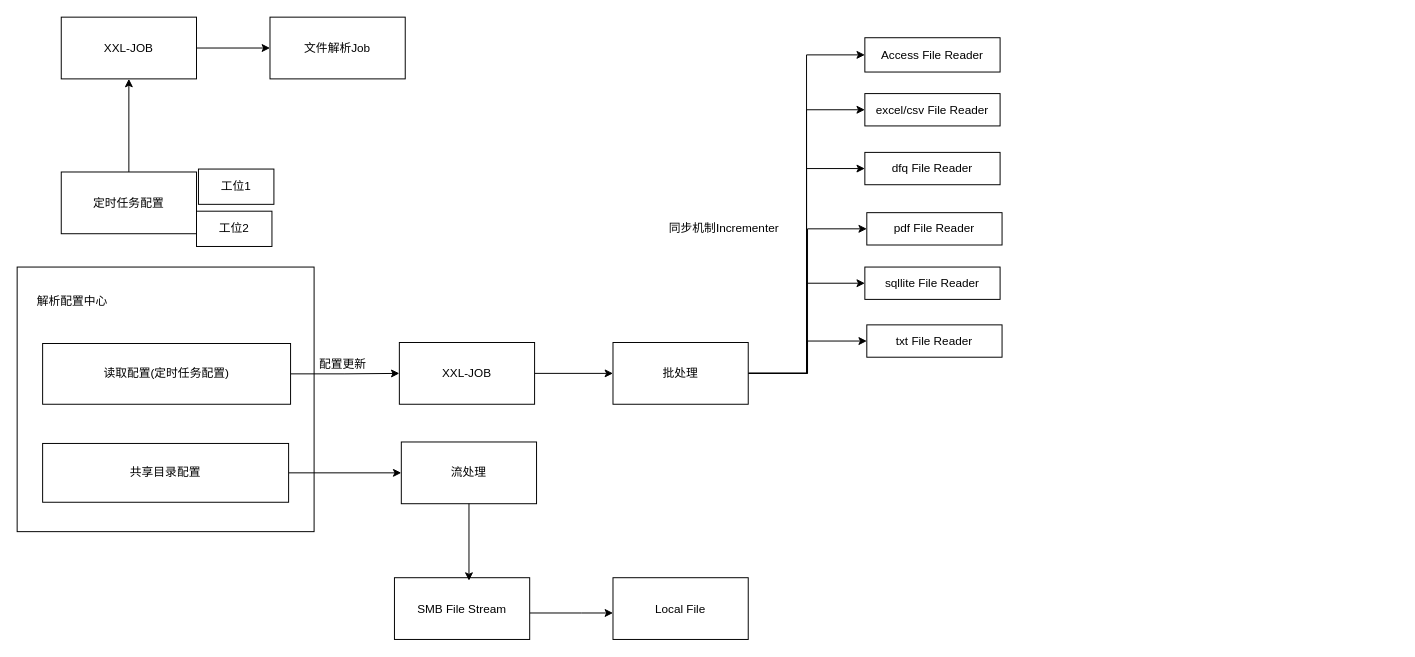
This is 文件解析.drawio from liangleiA/MyRepository, a draw.io file, before an edit. Source tidied: cells renumbered, new cells numbered last; positions are measured from the earlier drawing's top-left corner, leaving out a move shared by most shapes. Both pictures are drawn from the tidied source at 98%, with x=0, y=0 at pixel (17, 17).
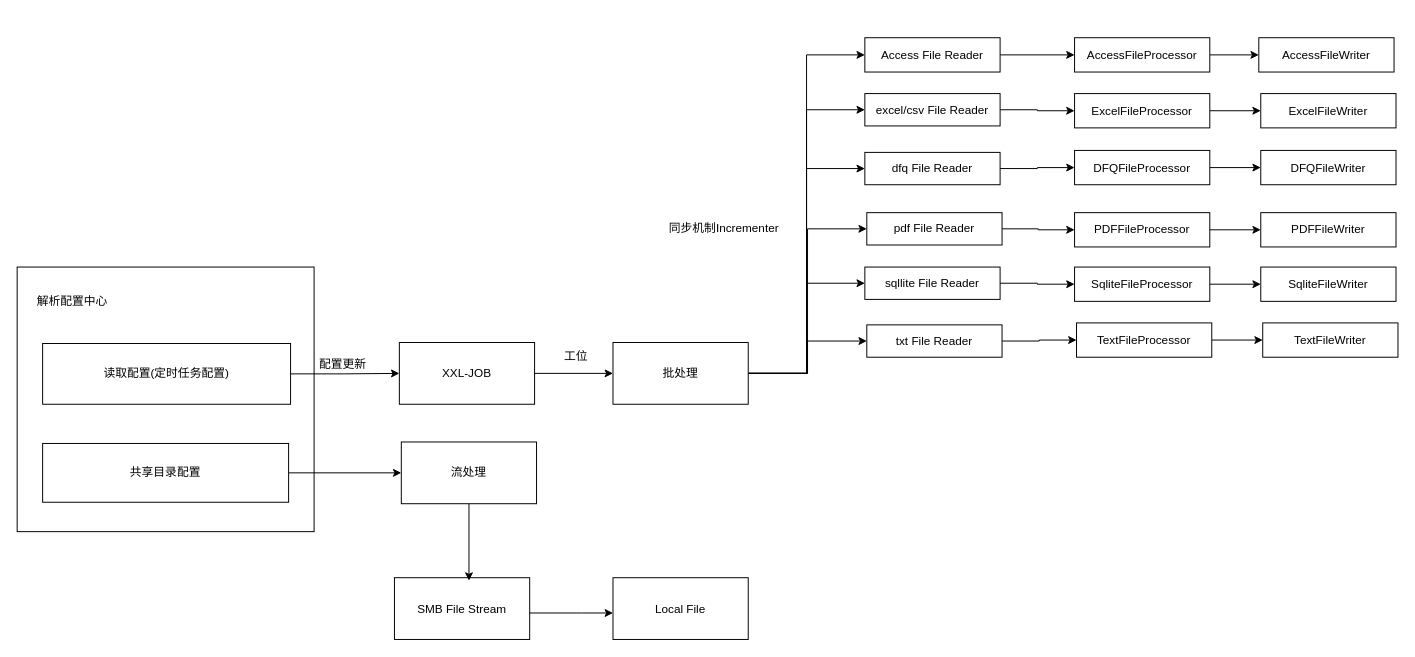
The same diagram, later.

Commit message (it also covers changes not shown here):
更新文件解析.drawio

The change refers to these unchanged cells:
```xml
<mxCell id="29" value="Access File Reader" style="rounded=0;whiteSpace=wrap;html=1;" parent="1" vertex="1">
  <mxGeometry x="865" y="21" width="138" height="35" as="geometry" />
</mxCell>
<mxCell id="31" value="excel/csv File Reader" style="rounded=0;whiteSpace=wrap;html=1;" parent="1" vertex="1">
  <mxGeometry x="865" y="78" width="138" height="33" as="geometry" />
</mxCell>
<mxCell id="32" value="dfq File Reader" style="rounded=0;whiteSpace=wrap;html=1;" parent="1" vertex="1">
  <mxGeometry x="865" y="138" width="138" height="33" as="geometry" />
</mxCell>
<mxCell id="33" value="pdf File Reader" style="rounded=0;whiteSpace=wrap;html=1;" parent="1" vertex="1">
  <mxGeometry x="867" y="199.5" width="138" height="33" as="geometry" />
</mxCell>
<mxCell id="34" value="sqllite File Reader" style="rounded=0;whiteSpace=wrap;html=1;" parent="1" vertex="1">
  <mxGeometry x="865" y="255" width="138" height="33" as="geometry" />
</mxCell>
<mxCell id="35" value="txt File Reader" style="rounded=0;whiteSpace=wrap;html=1;" parent="1" vertex="1">
  <mxGeometry x="867" y="314" width="138" height="33" as="geometry" />
</mxCell>
```

What changed in the source:
```diff
@@
-    <mxCell id="2" style="edgeStyle=orthogonalEdgeStyle;rounded=0;jettySize=auto;html=1;entryX=0.5;entryY=1;entryDx=0;entryDy=0;" parent="1" edge="1" source="3" target="6">
-      <mxGeometry relative="1" as="geometry" />
-    </mxCell>
-    <mxCell id="3" value="定时任务配置" style="rounded=0;whiteSpace=wrap;html=1;" parent="1" vertex="1">
-      <mxGeometry x="45" y="158" width="138" height="63" as="geometry" />
-    </mxCell>
-    <mxCell id="4" value="文件解析Job" style="rounded=0;whiteSpace=wrap;html=1;" parent="1" vertex="1">
-      <mxGeometry x="258" width="138" height="63" as="geometry" />
-    </mxCell>
-    <mxCell id="5" style="edgeStyle=orthogonalEdgeStyle;rounded=0;jettySize=auto;html=1;" parent="1" edge="1" source="6" target="4">
-      <mxGeometry relative="1" as="geometry" />
-    </mxCell>
-    <mxCell id="6" value="XXL-JOB" style="rounded=0;whiteSpace=wrap;html=1;" parent="1" vertex="1">
-      <mxGeometry x="45" width="138" height="63" as="geometry" />
-    </mxCell>
@@
-    <mxCell id="9" value="工位1" style="rounded=0;whiteSpace=wrap;html=1;" parent="1" vertex="1">
-      <mxGeometry x="185" y="155" width="77" height="36" as="geometry" />
-    </mxCell>
-    <mxCell id="10" value="工位2" style="rounded=0;whiteSpace=wrap;html=1;" parent="1" vertex="1">
-      <mxGeometry x="183" y="198" width="77" height="36" as="geometry" />
-    </mxCell>
@@
+    <mxCell id="37" style="edgeStyle=orthogonalEdgeStyle;rounded=0;jettySize=auto;html=1;" parent="1" edge="1" source="29" target="44">
+      <mxGeometry relative="1" as="geometry" />
+    </mxCell>
@@
+    <mxCell id="38" style="edgeStyle=orthogonalEdgeStyle;rounded=0;jettySize=auto;html=1;" parent="1" edge="1" source="31" target="46">
+      <mxGeometry relative="1" as="geometry" />
+    </mxCell>
@@
+    <mxCell id="39" style="edgeStyle=orthogonalEdgeStyle;rounded=0;jettySize=auto;html=1;" parent="1" edge="1" source="32" target="48">
+      <mxGeometry relative="1" as="geometry" />
+    </mxCell>
@@
+    <mxCell id="40" style="edgeStyle=orthogonalEdgeStyle;rounded=0;jettySize=auto;html=1;" parent="1" edge="1" source="33" target="50">
+      <mxGeometry relative="1" as="geometry" />
+    </mxCell>
@@
+    <mxCell id="41" style="edgeStyle=orthogonalEdgeStyle;rounded=0;jettySize=auto;html=1;" parent="1" edge="1" source="34" target="52">
+      <mxGeometry relative="1" as="geometry" />
+    </mxCell>
@@
+    <mxCell id="42" style="edgeStyle=orthogonalEdgeStyle;rounded=0;jettySize=auto;html=1;" parent="1" edge="1" source="35" target="54">
+      <mxGeometry relative="1" as="geometry" />
+    </mxCell>
@@
+    <mxCell id="43" style="edgeStyle=orthogonalEdgeStyle;rounded=0;jettySize=auto;html=1;" parent="1" edge="1" source="44" target="55">
+      <mxGeometry relative="1" as="geometry" />
+    </mxCell>
+    <mxCell id="44" value="AccessFileProcessor" style="rounded=0;whiteSpace=wrap;html=1;" parent="1" vertex="1">
+      <mxGeometry x="1079" y="21" width="138" height="35" as="geometry" />
+    </mxCell>
+    <mxCell id="45" style="edgeStyle=orthogonalEdgeStyle;rounded=0;jettySize=auto;html=1;" parent="1" edge="1" source="46" target="56">
+      <mxGeometry relative="1" as="geometry" />
+    </mxCell>
+    <mxCell id="46" value="ExcelFileProcessor" style="rounded=0;whiteSpace=wrap;html=1;" parent="1" vertex="1">
+      <mxGeometry x="1079" y="78" width="138" height="35" as="geometry" />
+    </mxCell>
+    <mxCell id="47" style="edgeStyle=orthogonalEdgeStyle;rounded=0;jettySize=auto;html=1;" parent="1" edge="1" source="48" target="57">
+      <mxGeometry relative="1" as="geometry" />
+    </mxCell>
+    <mxCell id="48" value="DFQFileProcessor" style="rounded=0;whiteSpace=wrap;html=1;" parent="1" vertex="1">
+      <mxGeometry x="1079" y="136" width="138" height="35" as="geometry" />
+    </mxCell>
+    <mxCell id="49" style="edgeStyle=orthogonalEdgeStyle;rounded=0;jettySize=auto;html=1;" parent="1" edge="1" source="50" target="58">
+      <mxGeometry relative="1" as="geometry" />
+    </mxCell>
+    <mxCell id="50" value="PDFFileProcessor" style="rounded=0;whiteSpace=wrap;html=1;" parent="1" vertex="1">
+      <mxGeometry x="1079" y="199.5" width="138" height="35" as="geometry" />
+    </mxCell>
+    <mxCell id="51" style="edgeStyle=orthogonalEdgeStyle;rounded=0;jettySize=auto;html=1;" parent="1" edge="1" source="52" target="59">
+      <mxGeometry relative="1" as="geometry" />
+    </mxCell>
+    <mxCell id="52" value="SqliteFileProcessor" style="rounded=0;whiteSpace=wrap;html=1;" parent="1" vertex="1">
+      <mxGeometry x="1079" y="255" width="138" height="35" as="geometry" />
+    </mxCell>
+    <mxCell id="53" style="edgeStyle=orthogonalEdgeStyle;rounded=0;jettySize=auto;html=1;" parent="1" edge="1" source="54" target="60">
+      <mxGeometry relative="1" as="geometry" />
+    </mxCell>
+    <mxCell id="54" value="TextFileProcessor" style="rounded=0;whiteSpace=wrap;html=1;" parent="1" vertex="1">
+      <mxGeometry x="1081" y="312" width="138" height="35" as="geometry" />
+    </mxCell>
+    <mxCell id="55" value="AccessFileWriter" style="rounded=0;whiteSpace=wrap;html=1;" parent="1" vertex="1">
+      <mxGeometry x="1267" y="21" width="138" height="35" as="geometry" />
+    </mxCell>
+    <mxCell id="56" value="ExcelFileWriter" style="rounded=0;whiteSpace=wrap;html=1;" parent="1" vertex="1">
+      <mxGeometry x="1269" y="78" width="138" height="35" as="geometry" />
+    </mxCell>
+    <mxCell id="57" value="DFQFileWriter" style="rounded=0;whiteSpace=wrap;html=1;" parent="1" vertex="1">
+      <mxGeometry x="1269" y="136" width="138" height="35" as="geometry" />
+    </mxCell>
+    <mxCell id="58" value="PDFFileWriter" style="rounded=0;whiteSpace=wrap;html=1;" parent="1" vertex="1">
+      <mxGeometry x="1269" y="199.5" width="138" height="35" as="geometry" />
+    </mxCell>
+    <mxCell id="59" value="SqliteFileWriter" style="rounded=0;whiteSpace=wrap;html=1;" parent="1" vertex="1">
+      <mxGeometry x="1269" y="255" width="138" height="35" as="geometry" />
+    </mxCell>
+    <mxCell id="60" value="TextFileWriter" style="rounded=0;whiteSpace=wrap;html=1;" parent="1" vertex="1">
+      <mxGeometry x="1271" y="312" width="138" height="35" as="geometry" />
+    </mxCell>
+    <mxCell id="61" value="工位" style="text;html=1;align=center;verticalAlign=middle;strokeColor=none;fillColor=none;" parent="1" vertex="1">
+      <mxGeometry x="549" y="333" width="42" height="26" as="geometry" />
+    </mxCell>
```
